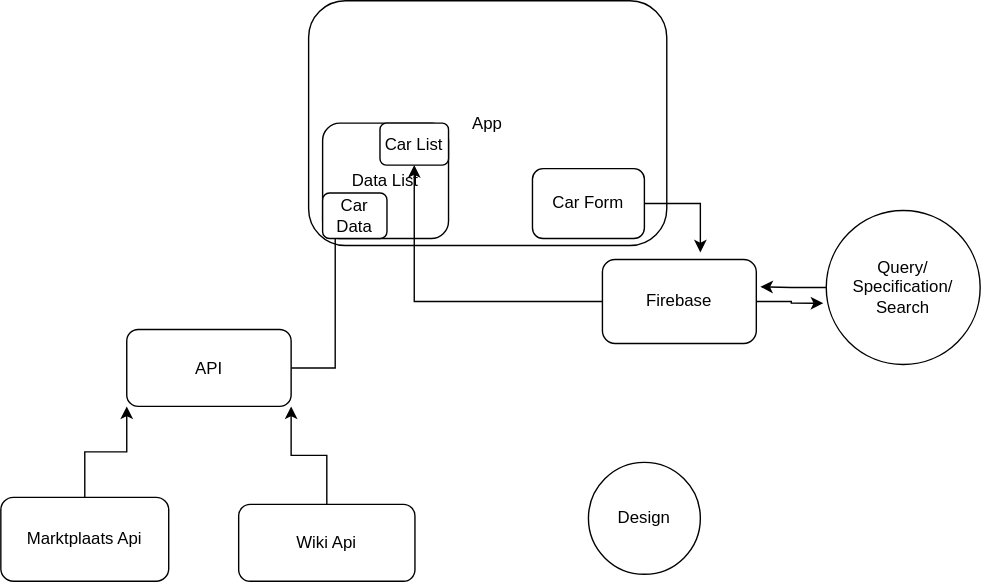
hsmyc/carapp keeps this draw.io diagram as Car Data.drawio.svg. Above is the earlier version. Source tidied: cells renumbered, new cells last; positions are measured from the earlier drawing's top-left corner, leaving out a move shared by most shapes.
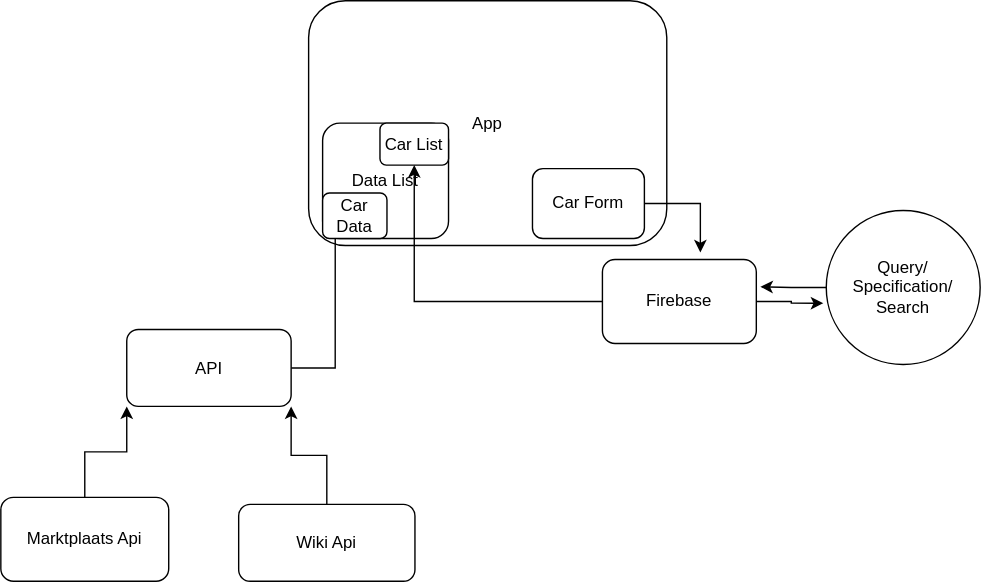
Above is the later version.

Diff of the diagram source:
```diff
@@ -55,8 +55,5 @@
     <mxCell id="18" value="Car Data" style="rounded=1;whiteSpace=wrap;html=1;" parent="1" vertex="1">
       <mxGeometry x="230" y="137.5" width="46" height="32.5" as="geometry" />
     </mxCell>
-    <mxCell id="19" value="Design" style="ellipse;whiteSpace=wrap;html=1;" parent="1" vertex="1">
-      <mxGeometry x="420" y="330" width="80" height="80" as="geometry" />
-    </mxCell>
   </root>
 </mxGraphModel>
```
